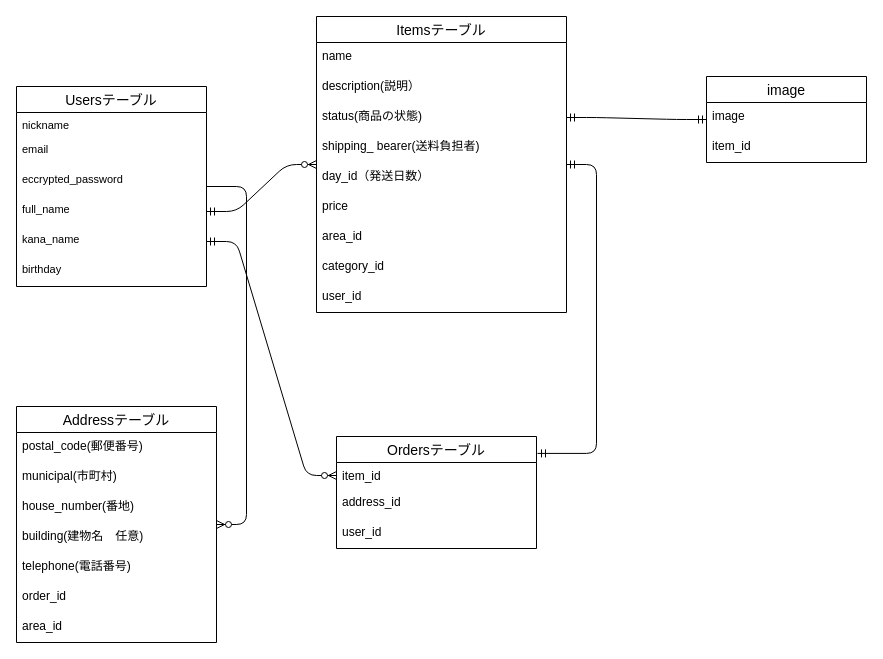
Before: furima.dio in yanagi0306/furima-37111, a draw.io diagram. Source tidied: cells renumbered, new cells numbered last; positions are measured from the earlier drawing's top-left corner, leaving out a move shared by most shapes. Both pictures are drawn from the tidied source at 100%, with x=0, y=0 at pixel (16, 16).
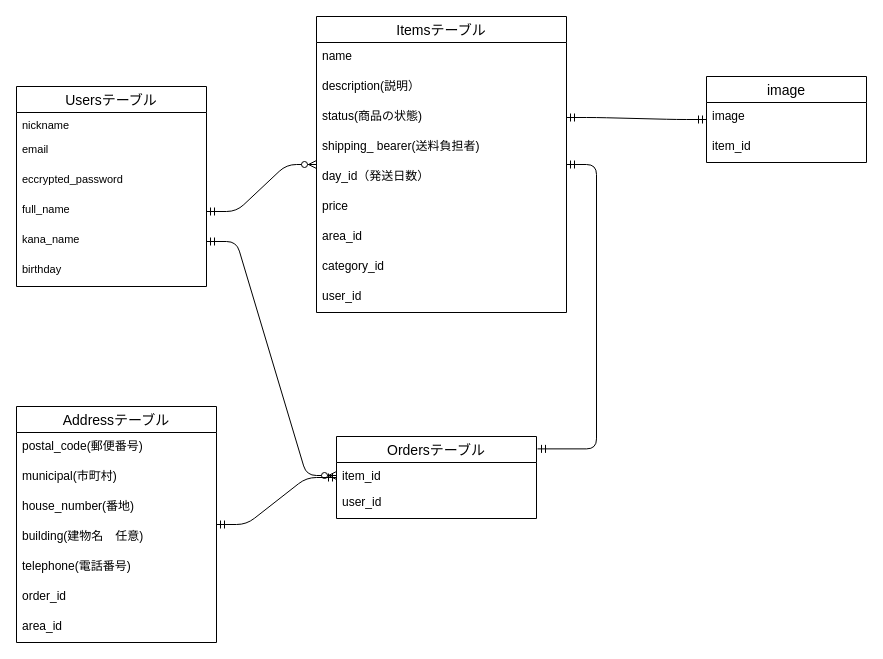
The same page after the edit.

Unchanged cells that the change refers to:
```xml
<mxCell id="2" value="Usersテーブル" style="swimlane;fontStyle=0;horizontal=1;startSize=26;align=center;fontSize=14;" parent="1" vertex="1">
  <mxGeometry y="70" width="190" height="200" as="geometry" />
</mxCell>
<mxCell id="28" value="Addressテーブル" style="swimlane;fontStyle=0;horizontal=1;startSize=26;align=center;fontSize=14;" parent="1" vertex="1">
  <mxGeometry y="390" width="200" height="236" as="geometry" />
</mxCell>
```

Diff of the diagram source:
```diff
@@
     <mxCell id="22" value="Ordersテーブル" style="swimlane;fontStyle=0;horizontal=1;startSize=26;align=center;fontSize=14;" parent="1" vertex="1">
-      <mxGeometry x="320" y="420" width="200" height="112" as="geometry" />
+      <mxGeometry x="320" y="420" width="200" height="82" as="geometry" />
     </mxCell>
@@
-    <mxCell id="24" value="address_id" style="text;strokeColor=none;fillColor=none;spacingLeft=4;spacingRight=4;overflow=hidden;fontSize=12;fontStyle=0;" parent="22" vertex="1">
-      <mxGeometry y="52" width="200" height="30" as="geometry" />
-    </mxCell>
     <mxCell id="25" value="user_id" style="text;strokeColor=none;fillColor=none;spacingLeft=4;spacingRight=4;overflow=hidden;fontSize=12;fontStyle=0;" parent="22" vertex="1">
-      <mxGeometry y="82" width="200" height="30" as="geometry" />
+      <mxGeometry y="52" width="200" height="30" as="geometry" />
     </mxCell>
@@
-    <mxCell id="38" style="edgeStyle=entityRelationEdgeStyle;fontSize=12;html=1;endArrow=ERzeroToMany;endFill=1;" parent="1" edge="1" source="2" target="28">
+    <mxCell id="38" style="edgeStyle=entityRelationEdgeStyle;fontSize=12;html=1;endArrow=ERmandOne;startArrow=ERmandOne;" parent="1" edge="1" source="28" target="22">
       <mxGeometry relative="1" as="geometry" />
     </mxCell>
```
